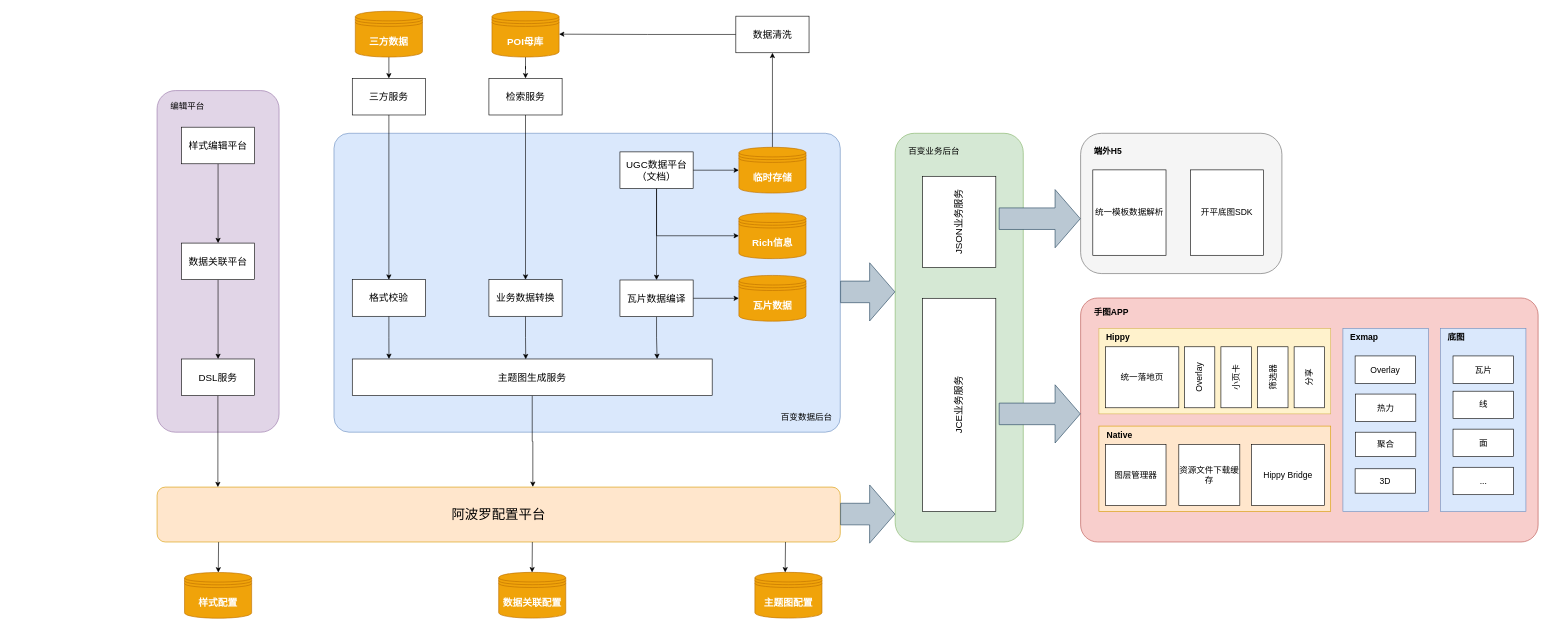
This is page "第 4 页" (4 of 4) of extrodianry-map.drawio from wangziji/graphics, a draw.io file, before an edit. Source tidied: cells renumbered, new cells numbered last; positions are measured from the earlier drawing's top-left corner, leaving out a move shared by most shapes. Both pictures are drawn from the tidied source at 61%, with x=0, y=0 at pixel (157, 11).
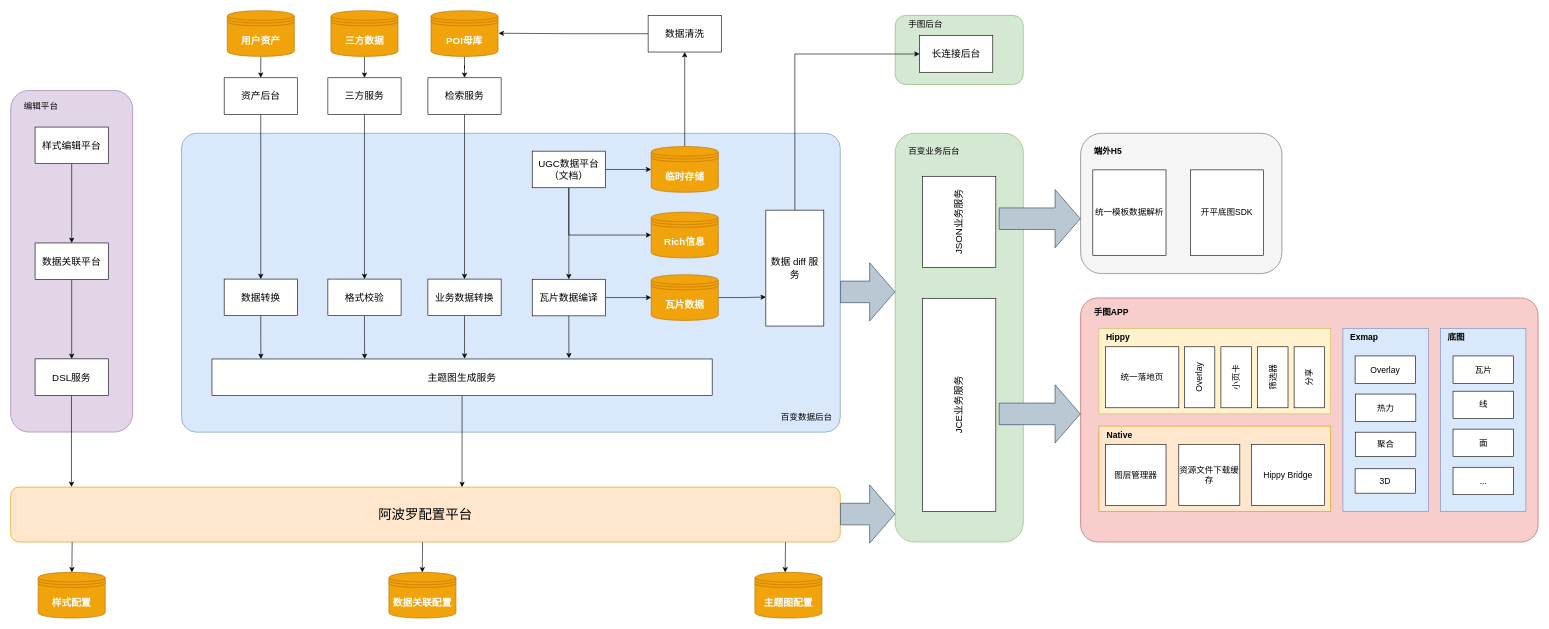
The same page after the edit.

Diff of the diagram source:
```diff
@@
+    <mxCell id="84" style="rounded=1;whiteSpace=wrap;html=1;horizontal=0;fillColor=#d5e8d4;strokeColor=#82b366;fontFamily=腾讯体 W7;" parent="1" vertex="1">
+      <mxGeometry x="1210" y="6.8" width="210" height="113.2" as="geometry" />
+    </mxCell>
     <mxCell id="2" style="rounded=1;whiteSpace=wrap;html=1;glass=0;sketch=0;arcSize=5;fillColor=#dae8fc;strokeColor=#6c8ebf;fontFamily=腾讯体 W7;" parent="1" vertex="1">
-      <mxGeometry x="290" y="200" width="830" height="490" as="geometry" />
+      <mxGeometry x="40" y="200" width="1080" height="490" as="geometry" />
     </mxCell>
     <mxCell id="3" value="&lt;font style=&quot;font-size: 22px;&quot;&gt;阿波罗配置平台&lt;/font&gt;" style="rounded=1;whiteSpace=wrap;html=1;fillColor=#ffe6cc;strokeColor=#d79b00;fontFamily=腾讯体 W7;" parent="1" vertex="1">
-      <mxGeometry y="780" width="1120" height="90" as="geometry" />
+      <mxGeometry x="-240" y="780" width="1360" height="90" as="geometry" />
     </mxCell>
@@
     <mxCell id="5" value="&lt;b style=&quot;font-size: 16px;&quot;&gt;&lt;font style=&quot;font-size: 16px;&quot;&gt;POI母库&lt;/font&gt;&lt;/b&gt;" style="shape=datastore;whiteSpace=wrap;html=1;fillColor=#f0a30a;strokeColor=#BD7000;fontColor=#ffffff;fontSize=16;fontFamily=腾讯体 W7;" parent="1" vertex="1">
-      <mxGeometry x="549" width="110" height="75" as="geometry" />
+      <mxGeometry x="449" y="-1" width="110" height="75" as="geometry" />
     </mxCell>
@@
     <mxCell id="7" value="检索服务" style="rounded=0;whiteSpace=wrap;html=1;fontFamily=腾讯体 W7;fontSize=16;" parent="1" vertex="1">
-      <mxGeometry x="544" y="110" width="120" height="60" as="geometry" />
+      <mxGeometry x="444" y="109" width="120" height="60" as="geometry" />
     </mxCell>
-    <mxCell id="8" style="edgeStyle=orthogonalEdgeStyle;rounded=0;jettySize=auto;html=1;exitX=0.5;exitY=1;exitDx=0;exitDy=0;entryX=0.482;entryY=0.007;entryDx=0;entryDy=0;entryPerimeter=0;fontFamily=腾讯体 W7;" parent="1" edge="1" source="9" target="30">
-      <mxGeometry relative="1" as="geometry" />
+    <mxCell id="8" style="edgeStyle=orthogonalEdgeStyle;rounded=0;jettySize=auto;html=1;exitX=0.5;exitY=1;exitDx=0;exitDy=0;entryX=0.627;entryY=0.007;entryDx=0;entryDy=0;entryPerimeter=0;fontFamily=腾讯体 W7;" parent="1" edge="1" source="9">
+      <mxGeometry relative="1" as="geometry">
+        <mxPoint x="504.1" y="569.4" as="targetPoint" />
+      </mxGeometry>
     </mxCell>
     <mxCell id="9" value="业务数据转换" style="rounded=0;whiteSpace=wrap;html=1;fontFamily=腾讯体 W7;fontSize=16;" parent="1" vertex="1">
-      <mxGeometry x="544" y="440" width="120" height="60" as="geometry" />
+      <mxGeometry x="444" y="439" width="120" height="60" as="geometry" />
     </mxCell>
@@
     <mxCell id="11" value="&lt;b&gt;三方数据&lt;/b&gt;" style="shape=datastore;whiteSpace=wrap;html=1;fillColor=#f0a30a;strokeColor=#BD7000;fontColor=#ffffff;fontSize=16;fontFamily=腾讯体 W7;" parent="1" vertex="1">
-      <mxGeometry x="325" width="110" height="75" as="geometry" />
+      <mxGeometry x="285" y="-1" width="110" height="75" as="geometry" />
     </mxCell>
@@
     <mxCell id="13" value="三方服务" style="rounded=0;whiteSpace=wrap;html=1;fontFamily=腾讯体 W7;fontSize=16;" parent="1" vertex="1">
-      <mxGeometry x="320" y="110" width="120" height="60" as="geometry" />
+      <mxGeometry x="280" y="109" width="120" height="60" as="geometry" />
     </mxCell>
-    <mxCell id="14" style="edgeStyle=orthogonalEdgeStyle;rounded=0;jettySize=auto;html=1;exitX=0.5;exitY=1;exitDx=0;exitDy=0;entryX=0.102;entryY=-0.002;entryDx=0;entryDy=0;entryPerimeter=0;fontFamily=腾讯体 W7;" parent="1" edge="1" source="15" target="30">
-      <mxGeometry relative="1" as="geometry" />
+    <mxCell id="14" style="edgeStyle=orthogonalEdgeStyle;rounded=0;jettySize=auto;html=1;exitX=0.5;exitY=1;exitDx=0;exitDy=0;entryX=0.354;entryY=0.017;entryDx=0;entryDy=0;entryPerimeter=0;fontFamily=腾讯体 W7;" parent="1" edge="1" source="15">
+      <mxGeometry relative="1" as="geometry">
+        <mxPoint x="340.3" y="570" as="targetPoint" />
+      </mxGeometry>
     </mxCell>
     <mxCell id="15" value="格式校验" style="rounded=0;whiteSpace=wrap;html=1;fontFamily=腾讯体 W7;fontSize=16;" parent="1" vertex="1">
-      <mxGeometry x="320" y="440" width="120" height="60" as="geometry" />
+      <mxGeometry x="280" y="439" width="120" height="60" as="geometry" />
     </mxCell>
@@
     <mxCell id="19" value="UGC数据平台（文档）" style="rounded=0;whiteSpace=wrap;html=1;fontFamily=腾讯体 W7;fontSize=16;" parent="1" vertex="1">
-      <mxGeometry x="758.8" y="230.5" width="120" height="60" as="geometry" />
+      <mxGeometry x="615" y="229.3" width="120" height="60" as="geometry" />
     </mxCell>
-    <mxCell id="20" style="edgeStyle=orthogonalEdgeStyle;rounded=0;jettySize=auto;html=1;exitX=0;exitY=0.5;exitDx=0;exitDy=0;entryX=1;entryY=0.5;entryDx=0;entryDy=0;fontFamily=腾讯体 W7;" parent="1" edge="1" source="21" target="5">
-      <mxGeometry relative="1" as="geometry" />
+    <mxCell id="20" style="edgeStyle=orthogonalEdgeStyle;rounded=0;jettySize=auto;html=1;exitX=0;exitY=0.5;exitDx=0;exitDy=0;fontFamily=腾讯体 W7;" parent="1" edge="1" source="21">
+      <mxGeometry relative="1" as="geometry">
+        <mxPoint x="560" y="36" as="targetPoint" />
+      </mxGeometry>
     </mxCell>
     <mxCell id="21" value="数据清洗" style="rounded=0;whiteSpace=wrap;html=1;fontFamily=腾讯体 W7;fontSize=16;" parent="1" vertex="1">
-      <mxGeometry x="948.8" y="8" width="120" height="60" as="geometry" />
+      <mxGeometry x="805" y="6.8" width="120" height="60" as="geometry" />
     </mxCell>
@@
     <mxCell id="23" value="&lt;b&gt;临时存储&lt;/b&gt;" style="shape=datastore;whiteSpace=wrap;html=1;fillColor=#f0a30a;strokeColor=#BD7000;fontColor=#ffffff;fontSize=16;fontFamily=腾讯体 W7;" parent="1" vertex="1">
-      <mxGeometry x="953.8" y="223" width="110" height="75" as="geometry" />
+      <mxGeometry x="810" y="221.8" width="110" height="75" as="geometry" />
     </mxCell>
@@
-    <mxCell id="25" style="edgeStyle=orthogonalEdgeStyle;rounded=0;jettySize=auto;html=1;exitX=0.5;exitY=1;exitDx=0;exitDy=0;entryX=0.847;entryY=0;entryDx=0;entryDy=0;entryPerimeter=0;fontFamily=腾讯体 W7;" parent="1" edge="1" source="26" target="30">
-      <mxGeometry relative="1" as="geometry" />
+    <mxCell id="25" style="edgeStyle=orthogonalEdgeStyle;rounded=0;jettySize=auto;html=1;exitX=0.5;exitY=1;exitDx=0;exitDy=0;entryX=0.889;entryY=0;entryDx=0;entryDy=0;entryPerimeter=0;fontFamily=腾讯体 W7;" parent="1" edge="1" source="26">
+      <mxGeometry relative="1" as="geometry">
+        <mxPoint x="675.2" y="568.8" as="targetPoint" />
+      </mxGeometry>
     </mxCell>
     <mxCell id="26" value="瓦片数据编译" style="rounded=0;whiteSpace=wrap;html=1;fontFamily=腾讯体 W7;fontSize=16;" parent="1" vertex="1">
-      <mxGeometry x="758.8" y="440.5" width="120" height="60" as="geometry" />
+      <mxGeometry x="615" y="439.3" width="120" height="60" as="geometry" />
     </mxCell>
     <mxCell id="27" value="&lt;b&gt;Rich信息&lt;/b&gt;" style="shape=datastore;whiteSpace=wrap;html=1;fillColor=#f0a30a;strokeColor=#BD7000;fontColor=#ffffff;fontSize=16;fontFamily=腾讯体 W7;" parent="1" vertex="1">
-      <mxGeometry x="953.8" y="330.5" width="110" height="75" as="geometry" />
+      <mxGeometry x="810" y="329.3" width="110" height="75" as="geometry" />
     </mxCell>
+    <mxCell id="85" style="edgeStyle=orthogonalEdgeStyle;rounded=0;jettySize=auto;html=1;exitX=1;exitY=0.5;exitDx=0;exitDy=0;entryX=0;entryY=0.75;entryDx=0;entryDy=0;" parent="1" edge="1" source="28" target="93">
+      <mxGeometry relative="1" as="geometry" />
+    </mxCell>
     <mxCell id="28" value="&lt;b&gt;瓦片数据&lt;/b&gt;" style="shape=datastore;whiteSpace=wrap;html=1;fillColor=#f0a30a;strokeColor=#BD7000;fontColor=#ffffff;fontSize=16;fontFamily=腾讯体 W7;" parent="1" vertex="1">
-      <mxGeometry x="953.8" y="433" width="110" height="75" as="geometry" />
+      <mxGeometry x="810" y="431.8" width="110" height="75" as="geometry" />
     </mxCell>
-    <mxCell id="29" style="edgeStyle=orthogonalEdgeStyle;rounded=0;jettySize=auto;html=1;exitX=0.5;exitY=1;exitDx=0;exitDy=0;entryX=0.55;entryY=-0.004;entryDx=0;entryDy=0;entryPerimeter=0;" parent="1" edge="1" source="30" target="3">
-      <mxGeometry relative="1" as="geometry" />
+    <mxCell id="29" style="edgeStyle=orthogonalEdgeStyle;rounded=0;jettySize=auto;html=1;exitX=0.5;exitY=1;exitDx=0;exitDy=0;" parent="1" edge="1" source="30">
+      <mxGeometry relative="1" as="geometry">
+        <mxPoint x="500" y="780" as="targetPoint" />
+      </mxGeometry>
     </mxCell>
     <mxCell id="30" value="主题图生成服务" style="rounded=0;whiteSpace=wrap;html=1;fontFamily=腾讯体 W7;fontSize=16;" parent="1" vertex="1">
-      <mxGeometry x="320" y="570" width="590" height="60" as="geometry" />
+      <mxGeometry x="90" y="570" width="820" height="60" as="geometry" />
     </mxCell>
     <mxCell id="31" value="&lt;b&gt;样式配置&lt;/b&gt;" style="shape=datastore;whiteSpace=wrap;html=1;fillColor=#f0a30a;strokeColor=#BD7000;fontColor=#ffffff;fontSize=16;fontFamily=腾讯体 W7;" parent="1" vertex="1">
-      <mxGeometry x="45" y="920" width="110" height="75" as="geometry" />
+      <mxGeometry x="-195" y="919.8" width="110" height="75" as="geometry" />
     </mxCell>
@@
     <mxCell id="39" style="rounded=1;whiteSpace=wrap;html=1;fillColor=#e1d5e7;strokeColor=#9673a6;fontFamily=腾讯体 W7;" parent="1" vertex="1">
-      <mxGeometry y="130" width="200" height="560" as="geometry" />
+      <mxGeometry x="-240" y="129.8" width="200" height="560" as="geometry" />
     </mxCell>
@@
     <mxCell id="41" value="样式编辑平台" style="rounded=0;whiteSpace=wrap;html=1;fontFamily=腾讯体 W7;fontSize=16;" parent="1" vertex="1">
-      <mxGeometry x="40" y="190" width="120" height="60" as="geometry" />
+      <mxGeometry x="-200" y="189.8" width="120" height="60" as="geometry" />
     </mxCell>
-    <mxCell id="42" style="edgeStyle=orthogonalEdgeStyle;rounded=0;jettySize=auto;html=1;exitX=0.5;exitY=1;exitDx=0;exitDy=0;entryX=0.089;entryY=0;entryDx=0;entryDy=0;entryPerimeter=0;fontFamily=腾讯体 W7;" parent="1" edge="1" source="43" target="3">
+    <mxCell id="42" style="edgeStyle=orthogonalEdgeStyle;rounded=0;jettySize=auto;html=1;exitX=0.5;exitY=1;exitDx=0;exitDy=0;entryX=0.089;entryY=0;entryDx=0;entryDy=0;entryPerimeter=0;fontFamily=腾讯体 W7;" parent="1" edge="1" source="43">
       <mxGeometry relative="1" as="geometry">
+        <mxPoint x="-140.3" y="779.8" as="targetPoint" />
         <Array as="points">
-          <mxPoint x="100" y="779" />
-          <mxPoint x="100" y="779" />
+          <mxPoint x="-140" y="778.8" />
+          <mxPoint x="-140" y="778.8" />
         </Array>
       </mxGeometry>
     </mxCell>
     <mxCell id="43" value="DSL服务" style="rounded=0;whiteSpace=wrap;html=1;fontFamily=腾讯体 W7;fontSize=16;" parent="1" vertex="1">
-      <mxGeometry x="40" y="570" width="120" height="60" as="geometry" />
+      <mxGeometry x="-200" y="569.8" width="120" height="60" as="geometry" />
     </mxCell>
@@
     <mxCell id="45" value="数据关联平台" style="rounded=0;whiteSpace=wrap;html=1;fontFamily=腾讯体 W7;fontSize=16;" parent="1" vertex="1">
-      <mxGeometry x="40" y="380" width="120" height="60" as="geometry" />
+      <mxGeometry x="-200" y="379.8" width="120" height="60" as="geometry" />
     </mxCell>
     <mxCell id="46" value="&lt;b&gt;数据关联配置&lt;/b&gt;" style="shape=datastore;whiteSpace=wrap;html=1;fillColor=#f0a30a;strokeColor=#BD7000;fontColor=#ffffff;fontSize=16;fontFamily=腾讯体 W7;" parent="1" vertex="1">
-      <mxGeometry x="560" y="919.8" width="110" height="75" as="geometry" />
+      <mxGeometry x="380" y="919.8" width="110" height="75" as="geometry" />
     </mxCell>
-    <mxCell id="47" style="endArrow=classic;html=1;rounded=0;fontSize=22;exitX=0.09;exitY=1.002;exitDx=0;exitDy=0;exitPerimeter=0;fontFamily=腾讯体 W7;" parent="1" edge="1" source="3" target="31">
-      <mxGeometry relative="1" as="geometry" />
+    <mxCell id="47" style="endArrow=classic;html=1;rounded=0;fontSize=22;exitX=0.09;exitY=1.002;exitDx=0;exitDy=0;exitPerimeter=0;fontFamily=腾讯体 W7;" parent="1" edge="1" target="31">
+      <mxGeometry relative="1" as="geometry">
+        <mxPoint x="-139.2" y="870" as="sourcePoint" />
+      </mxGeometry>
     </mxCell>
@@
     <mxCell id="49" style="endArrow=classic;html=1;rounded=0;fontSize=22;exitX=0.09;exitY=1.002;exitDx=0;exitDy=0;exitPerimeter=0;fontFamily=腾讯体 W7;" parent="1" edge="1">
       <mxGeometry relative="1" as="geometry">
-        <mxPoint x="615.2" y="870" as="sourcePoint" />
-        <mxPoint x="614.8" y="919.8" as="targetPoint" />
+        <mxPoint x="435.2" y="870" as="sourcePoint" />
+        <mxPoint x="434.8" y="919.8" as="targetPoint" />
       </mxGeometry>
     </mxCell>
@@
     <mxCell id="51" value="编辑平台" style="text;html=1;strokeColor=none;fillColor=none;align=left;verticalAlign=middle;whiteSpace=wrap;rounded=0;glass=0;sketch=0;fontSize=14;fontFamily=腾讯体 W7;" parent="1" vertex="1">
-      <mxGeometry x="20" y="140" width="160" height="30" as="geometry" />
+      <mxGeometry x="-220" y="139.8" width="160" height="30" as="geometry" />
     </mxCell>
@@
+    <mxCell id="86" style="edgeStyle=orthogonalEdgeStyle;rounded=0;jettySize=auto;html=1;exitX=0.5;exitY=1;exitDx=0;exitDy=0;entryX=0.5;entryY=0;entryDx=0;entryDy=0;fontFamily=腾讯体 W7;" parent="1" edge="1" source="87" target="89">
+      <mxGeometry relative="1" as="geometry" />
+    </mxCell>
+    <mxCell id="87" value="&lt;b&gt;用户资产&lt;/b&gt;" style="shape=datastore;whiteSpace=wrap;html=1;fillColor=#f0a30a;strokeColor=#BD7000;fontColor=#ffffff;fontSize=16;fontFamily=腾讯体 W7;" parent="1" vertex="1">
+      <mxGeometry x="115" y="-1" width="110" height="75" as="geometry" />
+    </mxCell>
+    <mxCell id="88" style="edgeStyle=orthogonalEdgeStyle;rounded=0;jettySize=auto;html=1;exitX=0.5;exitY=1;exitDx=0;exitDy=0;fontFamily=腾讯体 W7;" parent="1" edge="1" source="89" target="91">
+      <mxGeometry relative="1" as="geometry" />
+    </mxCell>
+    <mxCell id="89" value="资产后台" style="rounded=0;whiteSpace=wrap;html=1;fontFamily=腾讯体 W7;fontSize=16;" parent="1" vertex="1">
+      <mxGeometry x="110" y="109" width="120" height="60" as="geometry" />
+    </mxCell>
+    <mxCell id="90" style="edgeStyle=orthogonalEdgeStyle;rounded=0;jettySize=auto;html=1;exitX=0.5;exitY=1;exitDx=0;exitDy=0;entryX=0.354;entryY=0.017;entryDx=0;entryDy=0;entryPerimeter=0;fontFamily=腾讯体 W7;" parent="1" edge="1" source="91">
+      <mxGeometry relative="1" as="geometry">
+        <mxPoint x="170.3" y="570" as="targetPoint" />
+      </mxGeometry>
+    </mxCell>
+    <mxCell id="91" value="数据转换" style="rounded=0;whiteSpace=wrap;html=1;fontFamily=腾讯体 W7;fontSize=16;" parent="1" vertex="1">
+      <mxGeometry x="110" y="439" width="120" height="60" as="geometry" />
+    </mxCell>
+    <mxCell id="92" style="edgeStyle=orthogonalEdgeStyle;rounded=0;jettySize=auto;html=1;exitX=0.5;exitY=0;exitDx=0;exitDy=0;entryX=0;entryY=0.5;entryDx=0;entryDy=0;" parent="1" edge="1" source="93" target="95">
+      <mxGeometry relative="1" as="geometry" />
+    </mxCell>
+    <mxCell id="93" value="数据 diff 服务" style="rounded=0;whiteSpace=wrap;html=1;fontFamily=腾讯体 W7;fontSize=16;" parent="1" vertex="1">
+      <mxGeometry x="998" y="326" width="95" height="190" as="geometry" />
+    </mxCell>
+    <mxCell id="94" value="手图后台" style="text;html=1;strokeColor=none;fillColor=none;align=left;verticalAlign=middle;whiteSpace=wrap;rounded=0;glass=0;sketch=0;fontSize=14;fontFamily=腾讯体 W7;" parent="1" vertex="1">
+      <mxGeometry x="1230" y="6.8" width="160" height="30" as="geometry" />
+    </mxCell>
+    <mxCell id="95" value="长连接后台" style="rounded=0;whiteSpace=wrap;html=1;fontFamily=腾讯体 W7;fontSize=16;" parent="1" vertex="1">
+      <mxGeometry x="1250" y="40" width="120" height="60" as="geometry" />
+    </mxCell>
```
